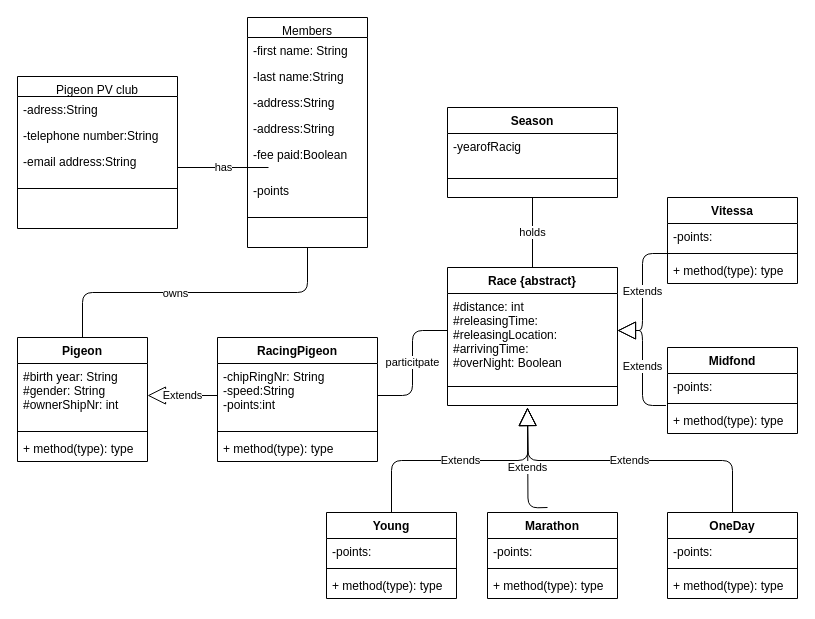
The draw.io diagram Untitled Diagram.drawio in qixiaoling/java-scope, before the edit. Source tidied: cells renumbered, new cells numbered last; positions are measured from the earlier drawing's top-left corner, leaving out a move shared by most shapes. Both pictures are drawn from the tidied source at 100%, with x=0, y=0 at pixel (17, 17).
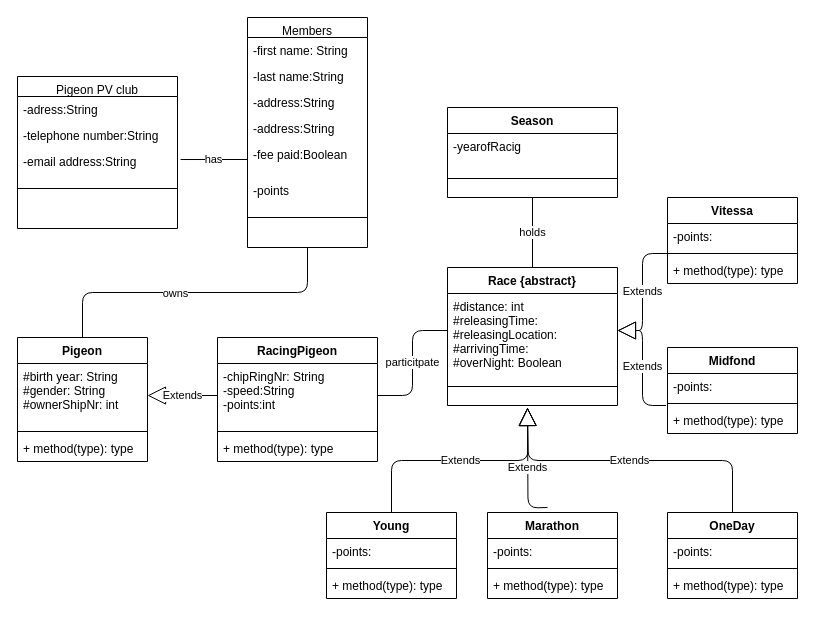
Above is the later version.

Unchanged cells that the change refers to:
```xml
<mxCell id="12" value="-email address:String" style="text;align=left;verticalAlign=top;spacingLeft=4;spacingRight=4;overflow=hidden;points=[[0,0.5],[1,0.5]];portConstraint=eastwest;rounded=0;shadow=0;html=0;" parent="9" vertex="1">
  <mxGeometry y="72" width="160" height="36" as="geometry" />
</mxCell>
<mxCell id="57" value="-fee paid:Boolean&#10;" style="text;align=left;verticalAlign=top;spacingLeft=4;spacingRight=4;overflow=hidden;points=[[0,0.5],[1,0.5]];portConstraint=eastwest;rounded=0;shadow=0;html=0;" parent="52" vertex="1">
  <mxGeometry y="124" width="120" height="36" as="geometry" />
</mxCell>
```

Diff of the diagram source:
```diff
@@
-    <mxCell id="8" value="has" style="endArrow=none;html=1;" parent="1" edge="1">
-      <mxGeometry relative="1" as="geometry">
-        <mxPoint x="160" y="150" as="sourcePoint" />
-        <mxPoint x="251" y="150" as="targetPoint" />
-      </mxGeometry>
+    <mxCell id="8" value="has" style="endArrow=none;html=1;entryX=0;entryY=0.5;entryDx=0;entryDy=0;exitX=1.019;exitY=0.306;exitDx=0;exitDy=0;exitPerimeter=0;" parent="1" edge="1" source="12" target="57">
+      <mxGeometry relative="1" as="geometry" />
     </mxCell>
```
